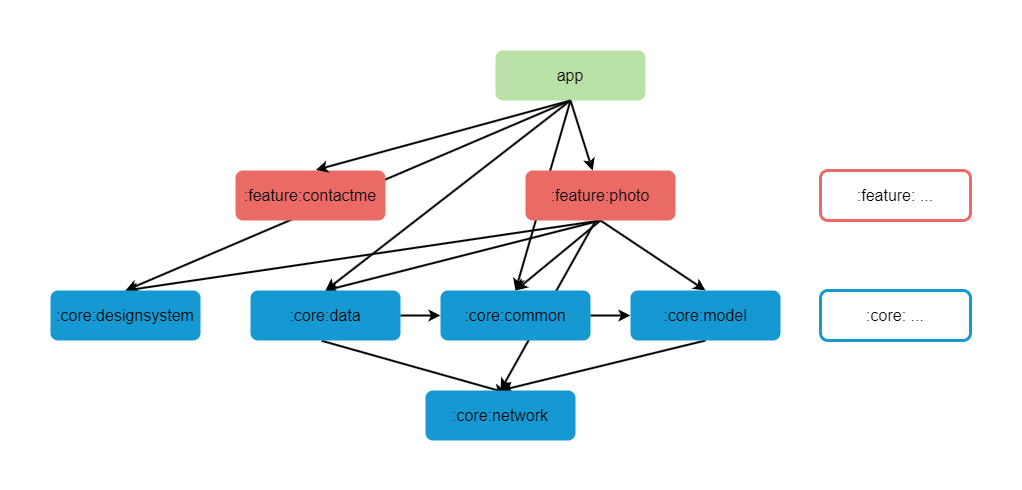
This is docs/images/modularization-graph.drawio.png from azrael8576/picquest, a draw.io export, as it was before one commit. Source tidied: cells renumbered, new cells last; positions are measured from the earlier drawing's top-left corner, leaving out a move shared by most shapes.
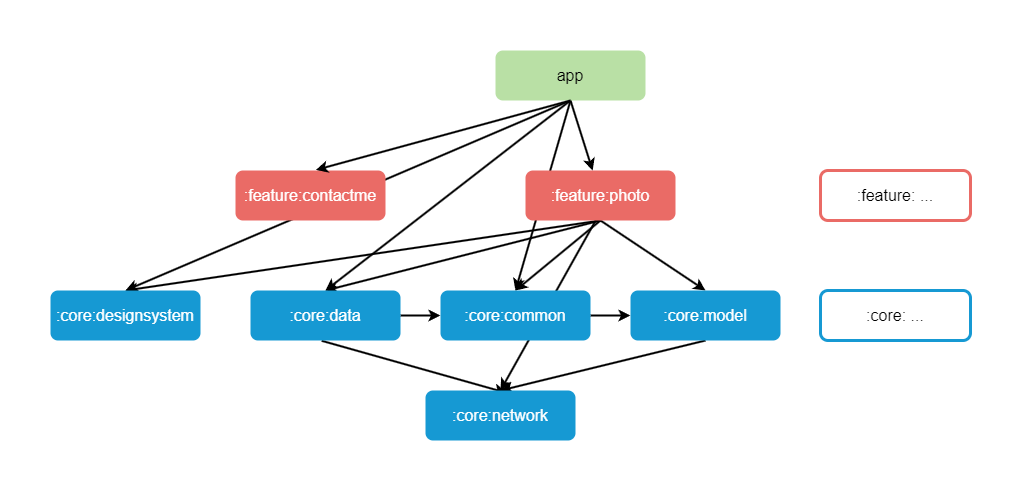
After the change.

Commit message:
update doc modularization graph

What changed in the source:
```diff
@@ -2,67 +2,67 @@
   <root>
     <mxCell id="0" />
     <mxCell id="1" parent="0" />
-    <mxCell id="2" style="endArrow=classic;html=1;rounded=0;exitX=0.5;exitY=1;exitDx=0;exitDy=0;strokeColor=default;strokeWidth=2;" parent="1" edge="1" source="15" target="16">
+    <mxCell id="2" style="endArrow=classic;html=1;rounded=0;exitX=0.5;exitY=1;exitDx=0;exitDy=0;strokeColor=default;strokeWidth=2;fontColor=#FFFFFF;" parent="1" edge="1" source="15" target="16">
       <mxGeometry relative="1" as="geometry" />
     </mxCell>
-    <mxCell id="3" style="endArrow=classic;html=1;rounded=0;strokeColor=default;strokeWidth=2;entryX=0.5;entryY=0;entryDx=0;entryDy=0;exitX=0.5;exitY=1;exitDx=0;exitDy=0;" parent="1" edge="1" source="15" target="21">
+    <mxCell id="3" style="endArrow=classic;html=1;rounded=0;strokeColor=default;strokeWidth=2;entryX=0.5;entryY=0;entryDx=0;entryDy=0;exitX=0.5;exitY=1;exitDx=0;exitDy=0;fontColor=#FFFFFF;" parent="1" edge="1" source="15" target="21">
       <mxGeometry relative="1" as="geometry" />
     </mxCell>
-    <mxCell id="4" style="endArrow=classic;html=1;rounded=0;strokeColor=default;strokeWidth=2;entryX=0.5;entryY=0;entryDx=0;entryDy=0;exitX=0.5;exitY=1;exitDx=0;exitDy=0;" parent="1" edge="1" source="15" target="19">
+    <mxCell id="4" style="endArrow=classic;html=1;rounded=0;strokeColor=default;strokeWidth=2;entryX=0.5;entryY=0;entryDx=0;entryDy=0;exitX=0.5;exitY=1;exitDx=0;exitDy=0;fontColor=#FFFFFF;" parent="1" edge="1" source="15" target="19">
       <mxGeometry relative="1" as="geometry" />
     </mxCell>
-    <mxCell id="5" style="endArrow=classic;html=1;rounded=0;strokeColor=default;strokeWidth=2;entryX=0.5;entryY=0;entryDx=0;entryDy=0;exitX=0.5;exitY=1;exitDx=0;exitDy=0;" parent="1" edge="1" source="15" target="22">
+    <mxCell id="5" style="endArrow=classic;html=1;rounded=0;strokeColor=default;strokeWidth=2;entryX=0.5;entryY=0;entryDx=0;entryDy=0;exitX=0.5;exitY=1;exitDx=0;exitDy=0;fontColor=#FFFFFF;" parent="1" edge="1" source="15" target="22">
       <mxGeometry relative="1" as="geometry" />
     </mxCell>
-    <mxCell id="6" style="endArrow=classic;html=1;rounded=0;strokeColor=default;strokeWidth=2;entryX=0.5;entryY=0;entryDx=0;entryDy=0;exitX=0.5;exitY=1;exitDx=0;exitDy=0;" parent="1" edge="1" source="16" target="21">
+    <mxCell id="6" style="endArrow=classic;html=1;rounded=0;strokeColor=default;strokeWidth=2;entryX=0.5;entryY=0;entryDx=0;entryDy=0;exitX=0.5;exitY=1;exitDx=0;exitDy=0;fontColor=#FFFFFF;" parent="1" edge="1" source="16" target="21">
       <mxGeometry relative="1" as="geometry" />
     </mxCell>
-    <mxCell id="7" style="endArrow=classic;html=1;rounded=0;strokeColor=default;strokeWidth=2;entryX=0.5;entryY=0;entryDx=0;entryDy=0;exitX=0.5;exitY=1;exitDx=0;exitDy=0;" parent="1" edge="1" source="16" target="19">
+    <mxCell id="7" style="endArrow=classic;html=1;rounded=0;strokeColor=default;strokeWidth=2;entryX=0.5;entryY=0;entryDx=0;entryDy=0;exitX=0.5;exitY=1;exitDx=0;exitDy=0;fontColor=#FFFFFF;" parent="1" edge="1" source="16" target="19">
       <mxGeometry relative="1" as="geometry" />
     </mxCell>
-    <mxCell id="8" style="endArrow=classic;html=1;rounded=0;strokeColor=default;strokeWidth=2;entryX=0.5;entryY=0;entryDx=0;entryDy=0;exitX=0.5;exitY=1;exitDx=0;exitDy=0;" parent="1" edge="1" source="16" target="22">
+    <mxCell id="8" style="endArrow=classic;html=1;rounded=0;strokeColor=default;strokeWidth=2;entryX=0.5;entryY=0;entryDx=0;entryDy=0;exitX=0.5;exitY=1;exitDx=0;exitDy=0;fontColor=#FFFFFF;" parent="1" edge="1" source="16" target="22">
       <mxGeometry relative="1" as="geometry" />
     </mxCell>
-    <mxCell id="9" style="endArrow=classic;html=1;rounded=0;strokeColor=default;strokeWidth=2;exitX=0.5;exitY=1;exitDx=0;exitDy=0;entryX=0.5;entryY=0;entryDx=0;entryDy=0;" parent="1" edge="1" source="16" target="18">
+    <mxCell id="9" style="endArrow=classic;html=1;rounded=0;strokeColor=default;strokeWidth=2;exitX=0.5;exitY=1;exitDx=0;exitDy=0;entryX=0.5;entryY=0;entryDx=0;entryDy=0;fontColor=#FFFFFF;" parent="1" edge="1" source="16" target="18">
       <mxGeometry relative="1" as="geometry" />
     </mxCell>
-    <mxCell id="10" style="endArrow=classic;html=1;rounded=0;strokeColor=default;strokeWidth=2;entryX=0.5;entryY=0;entryDx=0;entryDy=0;exitX=0.471;exitY=0.983;exitDx=0;exitDy=0;exitPerimeter=0;" parent="1" edge="1" source="16" target="17">
+    <mxCell id="10" style="endArrow=classic;html=1;rounded=0;strokeColor=default;strokeWidth=2;entryX=0.5;entryY=0;entryDx=0;entryDy=0;exitX=0.471;exitY=0.983;exitDx=0;exitDy=0;exitPerimeter=0;fontColor=#FFFFFF;" parent="1" edge="1" source="16" target="17">
       <mxGeometry relative="1" as="geometry" />
     </mxCell>
-    <mxCell id="11" style="endArrow=classic;html=1;rounded=0;strokeColor=default;strokeWidth=2;entryX=0;entryY=0.5;entryDx=0;entryDy=0;exitX=1;exitY=0.5;exitDx=0;exitDy=0;" parent="1" edge="1" source="19" target="22">
+    <mxCell id="11" style="endArrow=classic;html=1;rounded=0;strokeColor=default;strokeWidth=2;entryX=0;entryY=0.5;entryDx=0;entryDy=0;exitX=1;exitY=0.5;exitDx=0;exitDy=0;fontColor=#FFFFFF;" parent="1" edge="1" source="19" target="22">
       <mxGeometry relative="1" as="geometry" />
     </mxCell>
-    <mxCell id="12" style="endArrow=classic;html=1;rounded=0;strokeColor=default;strokeWidth=2;entryX=0;entryY=0.5;entryDx=0;entryDy=0;exitX=1;exitY=0.5;exitDx=0;exitDy=0;" parent="1" edge="1" source="22" target="18">
+    <mxCell id="12" style="endArrow=classic;html=1;rounded=0;strokeColor=default;strokeWidth=2;entryX=0;entryY=0.5;entryDx=0;entryDy=0;exitX=1;exitY=0.5;exitDx=0;exitDy=0;fontColor=#FFFFFF;" parent="1" edge="1" source="22" target="18">
       <mxGeometry relative="1" as="geometry" />
     </mxCell>
-    <mxCell id="13" style="endArrow=classic;html=1;rounded=0;strokeColor=default;strokeWidth=2;exitX=0.475;exitY=1.006;exitDx=0;exitDy=0;exitPerimeter=0;entryX=0.539;entryY=0.046;entryDx=0;entryDy=0;entryPerimeter=0;" parent="1" edge="1" source="19" target="17">
+    <mxCell id="13" style="endArrow=classic;html=1;rounded=0;strokeColor=default;strokeWidth=2;exitX=0.475;exitY=1.006;exitDx=0;exitDy=0;exitPerimeter=0;entryX=0.539;entryY=0.046;entryDx=0;entryDy=0;entryPerimeter=0;fontColor=#FFFFFF;" parent="1" edge="1" source="19" target="17">
       <mxGeometry relative="1" as="geometry" />
     </mxCell>
-    <mxCell id="14" style="endArrow=classic;html=1;rounded=0;strokeColor=default;strokeWidth=2;entryX=0.5;entryY=0;entryDx=0;entryDy=0;exitX=0.5;exitY=1;exitDx=0;exitDy=0;" parent="1" edge="1" source="18" target="17">
+    <mxCell id="14" style="endArrow=classic;html=1;rounded=0;strokeColor=default;strokeWidth=2;entryX=0.5;entryY=0;entryDx=0;entryDy=0;exitX=0.5;exitY=1;exitDx=0;exitDy=0;fontColor=#FFFFFF;" parent="1" edge="1" source="18" target="17">
       <mxGeometry relative="1" as="geometry" />
     </mxCell>
-    <mxCell id="15" value="&lt;font style=&quot;font-size: 16px;&quot;&gt;app&lt;/font&gt;" style="rounded=1;whiteSpace=wrap;html=1;fontSize=16;fillColor=#B9E0A5;strokeColor=none;strokeWidth=2;" parent="1" vertex="1">
+    <mxCell id="15" value="&lt;font style=&quot;font-size: 16px;&quot;&gt;app&lt;/font&gt;" style="rounded=1;whiteSpace=wrap;html=1;fontSize=16;fillColor=#B9E0A5;strokeColor=none;strokeWidth=2;fontColor=#000000;" parent="1" vertex="1">
       <mxGeometry x="445" width="150" height="50" as="geometry" />
     </mxCell>
-    <mxCell id="16" value="&lt;font style=&quot;font-size: 16px;&quot;&gt;:feature:photo&lt;/font&gt;" style="rounded=1;whiteSpace=wrap;html=1;fontSize=16;fillColor=#EA6B66;strokeColor=none;strokeWidth=2;" parent="1" vertex="1">
+    <mxCell id="16" value="&lt;font style=&quot;font-size: 16px;&quot;&gt;:feature:photo&lt;/font&gt;" style="rounded=1;whiteSpace=wrap;html=1;fontSize=16;fillColor=#EA6B66;strokeColor=none;strokeWidth=2;fontColor=#FFFFFF;" parent="1" vertex="1">
       <mxGeometry x="475" y="120" width="150" height="50" as="geometry" />
     </mxCell>
-    <mxCell id="17" value=":core:network" style="rounded=1;whiteSpace=wrap;html=1;fontSize=16;fillColor=#1699D3;strokeColor=none;strokeWidth=2;" parent="1" vertex="1">
+    <mxCell id="17" value=":core:network" style="rounded=1;whiteSpace=wrap;html=1;fontSize=16;fillColor=#1699D3;strokeColor=none;strokeWidth=2;fontColor=#FFFFFF;" parent="1" vertex="1">
       <mxGeometry x="375" y="340" width="150" height="50" as="geometry" />
     </mxCell>
-    <mxCell id="18" value=":core:model" style="rounded=1;whiteSpace=wrap;html=1;fontSize=16;fillColor=#1699D3;strokeColor=none;strokeWidth=2;" parent="1" vertex="1">
+    <mxCell id="18" value=":core:model" style="rounded=1;whiteSpace=wrap;html=1;fontSize=16;fillColor=#1699D3;strokeColor=none;strokeWidth=2;fontColor=#FFFFFF;" parent="1" vertex="1">
       <mxGeometry x="580" y="240" width="150" height="50" as="geometry" />
     </mxCell>
-    <mxCell id="19" value=":core:data" style="rounded=1;whiteSpace=wrap;html=1;fontSize=16;fillColor=#1699D3;strokeColor=none;strokeWidth=2;" parent="1" vertex="1">
+    <mxCell id="19" value=":core:data" style="rounded=1;whiteSpace=wrap;html=1;fontSize=16;fillColor=#1699D3;strokeColor=none;strokeWidth=2;fontColor=#FFFFFF;" parent="1" vertex="1">
       <mxGeometry x="200" y="240" width="150" height="50" as="geometry" />
     </mxCell>
-    <mxCell id="20" value="&lt;font style=&quot;font-size: 16px;&quot;&gt;:feature:contactme&lt;/font&gt;" style="rounded=1;whiteSpace=wrap;html=1;fontSize=16;fillColor=#EA6B66;strokeColor=none;strokeWidth=2;" parent="1" vertex="1">
+    <mxCell id="20" value="&lt;font style=&quot;font-size: 16px;&quot;&gt;:feature:contactme&lt;/font&gt;" style="rounded=1;whiteSpace=wrap;html=1;fontSize=16;fillColor=#EA6B66;strokeColor=none;strokeWidth=2;fontColor=#FFFFFF;" parent="1" vertex="1">
       <mxGeometry x="185" y="120" width="150" height="50" as="geometry" />
     </mxCell>
-    <mxCell id="21" value=":core:designsystem" style="rounded=1;whiteSpace=wrap;html=1;fontSize=16;fillColor=#1699D3;strokeColor=none;strokeWidth=2;" parent="1" vertex="1">
+    <mxCell id="21" value=":core:designsystem" style="rounded=1;whiteSpace=wrap;html=1;fontSize=16;fillColor=#1699D3;strokeColor=none;strokeWidth=2;fontColor=#FFFFFF;" parent="1" vertex="1">
       <mxGeometry y="240" width="150" height="50" as="geometry" />
     </mxCell>
-    <mxCell id="22" value=":core:common" style="rounded=1;whiteSpace=wrap;html=1;fontSize=16;fillColor=#1699D3;strokeColor=none;strokeWidth=2;" parent="1" vertex="1">
+    <mxCell id="22" value=":core:common" style="rounded=1;whiteSpace=wrap;html=1;fontSize=16;fillColor=#1699D3;strokeColor=none;strokeWidth=2;fontColor=#FFFFFF;" parent="1" vertex="1">
       <mxGeometry x="390" y="240" width="150" height="50" as="geometry" />
     </mxCell>
     <mxCell id="23" value="&lt;font style=&quot;font-size: 16px;&quot;&gt;:feature: ...&lt;/font&gt;" style="rounded=1;whiteSpace=wrap;html=1;fontSize=16;fillColor=#FFFFFF;strokeColor=#EA6B66;fontColor=#000000;strokeWidth=3;" parent="1" vertex="1">
@@ -71,7 +71,7 @@
     <mxCell id="24" value=":core: ..." style="rounded=1;whiteSpace=wrap;html=1;fontSize=16;fillColor=#FFFFFF;strokeColor=#1699D3;fontColor=#000000;strokeWidth=3;" parent="1" vertex="1">
       <mxGeometry x="770" y="240" width="150" height="50" as="geometry" />
     </mxCell>
-    <mxCell id="25" style="endArrow=classic;html=1;rounded=0;strokeColor=default;strokeWidth=2;entryX=0.536;entryY=-0.011;entryDx=0;entryDy=0;exitX=0.5;exitY=1;exitDx=0;exitDy=0;entryPerimeter=0;" parent="1" edge="1" source="15" target="20">
+    <mxCell id="25" style="endArrow=classic;html=1;rounded=0;strokeColor=default;strokeWidth=2;entryX=0.536;entryY=-0.011;entryDx=0;entryDy=0;exitX=0.5;exitY=1;exitDx=0;exitDy=0;entryPerimeter=0;fontColor=#FFFFFF;" parent="1" edge="1" source="15" target="20">
       <mxGeometry relative="1" as="geometry" />
     </mxCell>
   </root>
```
